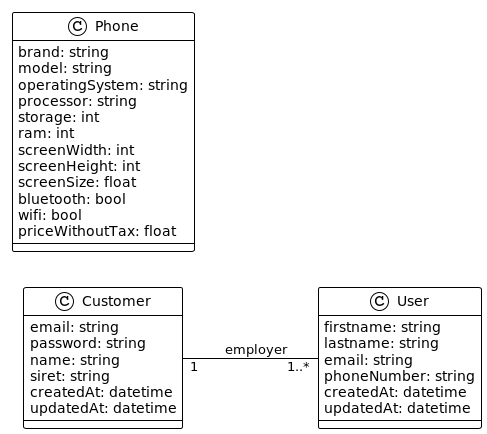
The PlantUML diagram doc/diagrams/DataModel.png in davy-beauzil/p7-api, before a commit. The source it was exported from:
```plantuml
@startuml

!theme plain
left to right direction

class Customer {
    email: string
    password: string
    name: string
    siret: string
    createdAt: datetime
    updatedAt: datetime
}

class User {
    firstname: string
    lastname: string
    email: string
    phoneNumber: string
    createdAt: datetime
    updatedAt: datetime
}

class Phone {
    brand: string
    model: string
    operatingSystem: string
    processor: string
    storage: int
    ram: int
    screenWidth: int
    screenHeight: int
    screenSize: float
    bluetooth: bool
    wifi: bool
    priceWithoutTax: float
}

Customer "1" -- "1..*" User : employer

@enduml
```
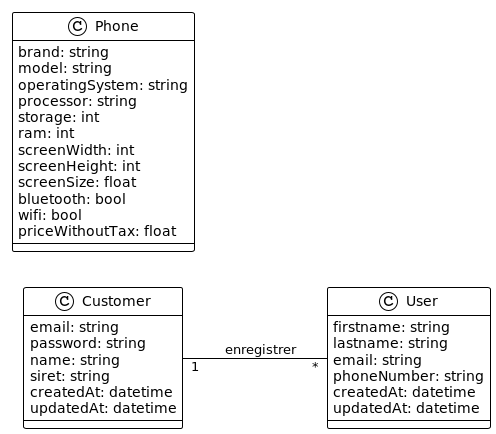
Above is the later version.

Commit message:
fix(diagrams & phone responses): last corrections

What changed in the source:
```diff
@@ -36,6 +36,6 @@
     priceWithoutTax: float
 }
 
-Customer "1" -- "1..*" User : employer
+Customer "1" -- "*" User : enregistrer
 
 @enduml
```
